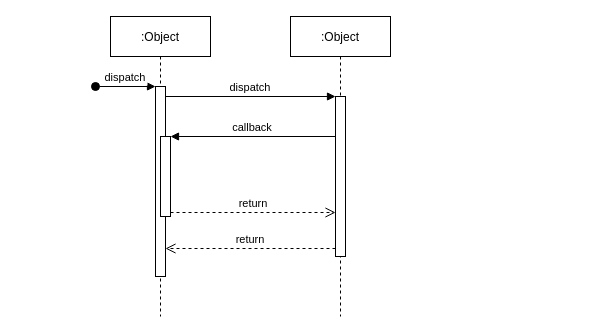
Above: Untitled Diagram.drawio in rahulkaplesh/edgeService (draw.io), before the change. Source tidied: cells renumbered, new cells numbered last; positions are measured from the earlier drawing's top-left corner, leaving out a move shared by most shapes. Both pictures are drawn from the tidied source at 100%, with x=0, y=0 at pixel (95, 16).
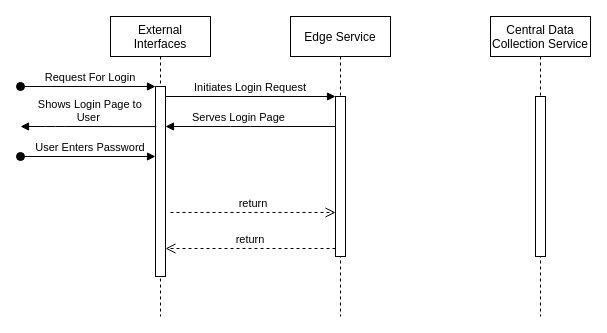
The same page after the edit.

Unchanged cells that the change refers to:
```xml
<mxCell id="3" style="points=[];perimeter=orthogonalPerimeter;rounded=0;shadow=0;strokeWidth=1;" parent="2" vertex="1">
  <mxGeometry x="45" y="70" width="10" height="190" as="geometry" />
</mxCell>
<mxCell id="7" style="points=[];perimeter=orthogonalPerimeter;rounded=0;shadow=0;strokeWidth=1;" parent="6" vertex="1">
  <mxGeometry x="45" y="80" width="10" height="160" as="geometry" />
</mxCell>
```

What changed in the source:
```diff
@@
-    <mxCell id="2" value=":Object" style="shape=umlLifeline;perimeter=lifelinePerimeter;rounded=0;shadow=0;strokeWidth=1;" parent="1" vertex="1">
+    <mxCell id="2" value="External &#10;Interfaces" style="shape=umlLifeline;perimeter=lifelinePerimeter;rounded=0;shadow=0;strokeWidth=1;" parent="1" vertex="1">
       <mxGeometry x="15" width="100" height="300" as="geometry" />
     </mxCell>
@@
-    <mxCell id="4" value="dispatch" style="verticalAlign=bottom;startArrow=oval;endArrow=block;startSize=8;shadow=0;strokeWidth=1;" parent="2" edge="1" target="3">
-      <mxGeometry relative="1" as="geometry">
-        <mxPoint x="-15" y="70" as="sourcePoint" />
+    <mxCell id="4" value="Request For Login" style="verticalAlign=bottom;startArrow=oval;endArrow=block;startSize=8;shadow=0;strokeWidth=1;" parent="2" edge="1" target="3">
+      <mxGeometry x="0.04" relative="1" as="geometry">
+        <mxPoint x="-90" y="70" as="sourcePoint" />
       </mxGeometry>
     </mxCell>
-    <mxCell id="5" style="points=[];perimeter=orthogonalPerimeter;rounded=0;shadow=0;strokeWidth=1;" parent="2" vertex="1">
-      <mxGeometry x="50" y="120" width="10" height="80" as="geometry" />
-    </mxCell>
-    <mxCell id="6" value=":Object" style="shape=umlLifeline;perimeter=lifelinePerimeter;rounded=0;shadow=0;strokeWidth=1;" parent="1" vertex="1">
+    <mxCell id="6" value="Edge Service" style="shape=umlLifeline;perimeter=lifelinePerimeter;rounded=0;shadow=0;strokeWidth=1;" parent="1" vertex="1">
       <mxGeometry x="195" width="100" height="300" as="geometry" />
     </mxCell>
@@
-    <mxCell id="9" value="dispatch" style="verticalAlign=bottom;endArrow=block;entryX=0;entryY=0;shadow=0;strokeWidth=1;" parent="1" edge="1" source="3" target="7">
+    <mxCell id="9" value="Initiates Login Request" style="verticalAlign=bottom;endArrow=block;entryX=0;entryY=0;shadow=0;strokeWidth=1;" parent="1" edge="1" source="3" target="7">
       <mxGeometry relative="1" as="geometry" />
     </mxCell>
-    <mxCell id="10" value="callback" style="verticalAlign=bottom;endArrow=block;entryX=1;entryY=0;shadow=0;strokeWidth=1;" parent="1" edge="1" source="7" target="5">
-      <mxGeometry relative="1" as="geometry" />
+    <mxCell id="10" value="Serves Login Page " style="verticalAlign=bottom;endArrow=block;shadow=0;strokeWidth=1;" parent="1" edge="1" source="7" target="3">
+      <mxGeometry x="0.12" relative="1" as="geometry">
+        <Array as="points">
+          <mxPoint x="145" y="110" />
+        </Array>
+      </mxGeometry>
     </mxCell>
-    <mxCell id="11" value="return" style="verticalAlign=bottom;endArrow=open;dashed=1;endSize=8;exitX=1;exitY=0.95;shadow=0;strokeWidth=1;" parent="1" edge="1" source="5" target="7">
-      <mxGeometry relative="1" as="geometry" />
+    <mxCell id="11" value="return" style="verticalAlign=bottom;endArrow=open;dashed=1;endSize=8;exitX=1;exitY=0.95;shadow=0;strokeWidth=1;" parent="1" edge="1" target="7">
+      <mxGeometry relative="1" as="geometry">
+        <mxPoint x="75" y="196" as="sourcePoint" />
+      </mxGeometry>
     </mxCell>
+    <mxCell id="12" value="Central Data &#10;Collection Service" style="shape=umlLifeline;perimeter=lifelinePerimeter;rounded=0;shadow=0;strokeWidth=1;" parent="1" vertex="1">
+      <mxGeometry x="395" width="100" height="300" as="geometry" />
+    </mxCell>
+    <mxCell id="13" style="perimeter=orthogonalPerimeter;rounded=0;shadow=0;strokeWidth=1;" parent="12" vertex="1">
+      <mxGeometry x="45" y="80" width="10" height="160" as="geometry" />
+    </mxCell>
+    <mxCell id="14" value="Shows Login Page to &#10;User " style="verticalAlign=bottom;endArrow=block;shadow=0;strokeWidth=1;exitX=0.08;exitY=0.211;exitDx=0;exitDy=0;exitPerimeter=0;" parent="1" edge="1" source="3">
+      <mxGeometry x="-0.03" relative="1" as="geometry">
+        <mxPoint x="-75" y="110" as="targetPoint" />
+        <Array as="points">
+          <mxPoint x="-40" y="110" />
+        </Array>
+      </mxGeometry>
+    </mxCell>
+    <mxCell id="15" value="User Enters Password" style="verticalAlign=bottom;startArrow=oval;endArrow=block;startSize=8;shadow=0;strokeWidth=1;" parent="1" edge="1">
+      <mxGeometry x="0.04" relative="1" as="geometry">
+        <mxPoint x="-75" y="140" as="sourcePoint" />
+        <mxPoint x="60" y="140" as="targetPoint" />
+      </mxGeometry>
+    </mxCell>
```
